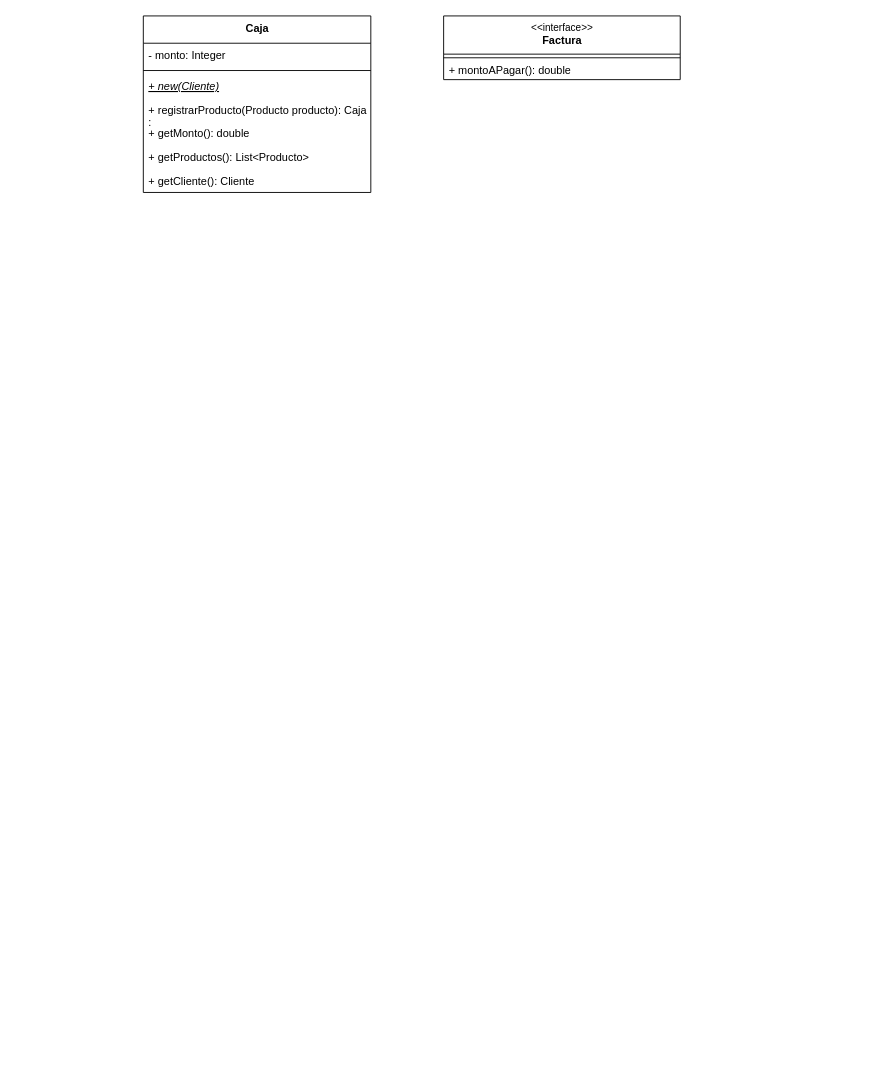
Before: documentacion/UML.drawio in dkippes/TP-Final-Objetos-2, a draw.io diagram. Source tidied: cells renumbered, new cells numbered last; positions are measured from the earlier drawing's top-left corner, leaving out a move shared by most shapes. Both pictures are drawn from the tidied source at 91%, with x=0, y=0 at pixel (143, 15).
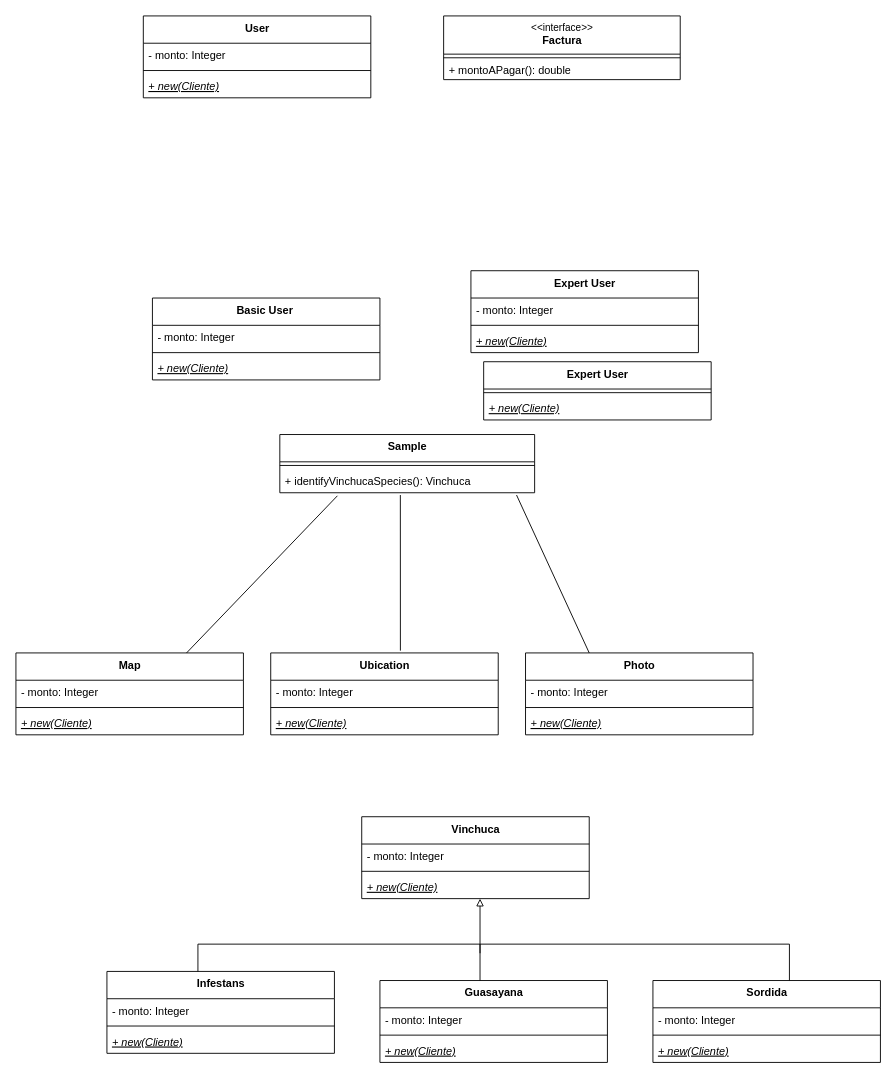
Above is the later version.

Diff of the diagram source:
```diff
@@
-    <mxCell id="2" value="&lt;span style=&quot;font-size: 12px ; font-weight: 700&quot;&gt;Caja&lt;/span&gt;" style="swimlane;fontStyle=0;align=center;verticalAlign=top;horizontal=1;startSize=30;html=1;labelBackgroundColor=none;labelBorderColor=none;fontSize=11;" parent="1" vertex="1">
-      <mxGeometry width="250" height="194" as="geometry" />
+    <mxCell id="2" value="&lt;span style=&quot;font-size: 12px ; font-weight: 700&quot;&gt;User&lt;/span&gt;" style="swimlane;fontStyle=0;align=center;verticalAlign=top;horizontal=1;startSize=30;html=1;labelBackgroundColor=none;labelBorderColor=none;fontSize=11;" parent="1" vertex="1">
+      <mxGeometry width="250" height="90" as="geometry" />
     </mxCell>
@@
-    <mxCell id="6" value="+ registrarProducto(Producto producto): Caja&#10;: " style="text;strokeColor=none;fillColor=none;align=left;verticalAlign=top;spacingLeft=4;spacingRight=4;overflow=hidden;" parent="2" vertex="1">
-      <mxGeometry y="90" width="250" height="26" as="geometry" />
-    </mxCell>
-    <mxCell id="7" value="+ getMonto(): double" style="text;strokeColor=none;fillColor=none;align=left;verticalAlign=top;spacingLeft=4;spacingRight=4;overflow=hidden;" parent="2" vertex="1">
-      <mxGeometry y="116" width="250" height="26" as="geometry" />
-    </mxCell>
-    <mxCell id="8" value="+ getProductos(): List&lt;Producto&gt;" style="text;strokeColor=none;fillColor=none;align=left;verticalAlign=top;spacingLeft=4;spacingRight=4;overflow=hidden;" parent="2" vertex="1">
-      <mxGeometry y="142" width="250" height="26" as="geometry" />
-    </mxCell>
-    <mxCell id="9" value="+ getCliente(): Cliente" style="text;strokeColor=none;fillColor=none;align=left;verticalAlign=top;spacingLeft=4;spacingRight=4;overflow=hidden;" parent="2" vertex="1">
-      <mxGeometry y="168" width="250" height="26" as="geometry" />
-    </mxCell>
@@
+    <mxCell id="13" value="&lt;span style=&quot;font-size: 12px ; font-weight: 700&quot;&gt;Sample&lt;/span&gt;" style="swimlane;fontStyle=0;align=center;verticalAlign=top;horizontal=1;startSize=30;html=1;labelBackgroundColor=none;labelBorderColor=none;fontSize=11;" parent="1" vertex="1">
+      <mxGeometry x="150" y="460" width="280" height="64" as="geometry" />
+    </mxCell>
+    <mxCell id="14" style="line;strokeWidth=1;fillColor=none;align=left;verticalAlign=middle;spacingTop=-1;spacingLeft=3;spacingRight=3;labelPosition=right;labelBackgroundColor=none;labelBorderColor=none;fontSize=11;html=1;" parent="13" vertex="1">
+      <mxGeometry y="30" width="280" height="8" as="geometry" />
+    </mxCell>
+    <mxCell id="15" value="+ identifyVinchucaSpecies(): Vinchuca" style="text;strokeColor=none;fillColor=none;align=left;verticalAlign=top;spacingLeft=4;spacingRight=4;overflow=hidden;points=[[0,0.5],[1,0.5]];portConstraint=eastwest;fontStyle=0;" parent="13" vertex="1">
+      <mxGeometry y="38" width="280" height="26" as="geometry" />
+    </mxCell>
+    <mxCell id="16" value="&lt;span style=&quot;font-size: 12px;&quot;&gt;&lt;b&gt;Basic User&amp;nbsp;&lt;/b&gt;&lt;/span&gt;" style="swimlane;fontStyle=0;align=center;verticalAlign=top;horizontal=1;startSize=30;html=1;labelBackgroundColor=none;labelBorderColor=none;fontSize=11;" parent="1" vertex="1">
+      <mxGeometry x="10" y="310" width="250" height="90" as="geometry" />
+    </mxCell>
+    <mxCell id="17" value="- monto: Integer" style="text;strokeColor=none;fillColor=none;align=left;verticalAlign=top;spacingLeft=4;spacingRight=4;overflow=hidden;" parent="16" vertex="1">
+      <mxGeometry y="30" width="250" height="26" as="geometry" />
+    </mxCell>
+    <mxCell id="18" style="line;strokeWidth=1;fillColor=none;align=left;verticalAlign=middle;spacingTop=-1;spacingLeft=3;spacingRight=3;labelPosition=right;labelBackgroundColor=none;labelBorderColor=none;fontSize=11;html=1;" parent="16" vertex="1">
+      <mxGeometry y="56" width="250" height="8" as="geometry" />
+    </mxCell>
+    <mxCell id="19" value="+ new(Cliente)" style="text;strokeColor=none;fillColor=none;align=left;verticalAlign=top;spacingLeft=4;spacingRight=4;overflow=hidden;fontStyle=6;" parent="16" vertex="1">
+      <mxGeometry y="64" width="250" height="26" as="geometry" />
+    </mxCell>
+    <mxCell id="20" value="&lt;span style=&quot;font-size: 12px;&quot;&gt;&lt;b&gt;Expert User&lt;/b&gt;&lt;/span&gt;" style="swimlane;fontStyle=0;align=center;verticalAlign=top;horizontal=1;startSize=30;html=1;labelBackgroundColor=none;labelBorderColor=none;fontSize=11;" parent="1" vertex="1">
+      <mxGeometry x="360" y="280" width="250" height="90" as="geometry" />
+    </mxCell>
+    <mxCell id="21" value="- monto: Integer" style="text;strokeColor=none;fillColor=none;align=left;verticalAlign=top;spacingLeft=4;spacingRight=4;overflow=hidden;" parent="20" vertex="1">
+      <mxGeometry y="30" width="250" height="26" as="geometry" />
+    </mxCell>
+    <mxCell id="22" style="line;strokeWidth=1;fillColor=none;align=left;verticalAlign=middle;spacingTop=-1;spacingLeft=3;spacingRight=3;labelPosition=right;labelBackgroundColor=none;labelBorderColor=none;fontSize=11;html=1;" parent="20" vertex="1">
+      <mxGeometry y="56" width="250" height="8" as="geometry" />
+    </mxCell>
+    <mxCell id="23" value="+ new(Cliente)" style="text;strokeColor=none;fillColor=none;align=left;verticalAlign=top;spacingLeft=4;spacingRight=4;overflow=hidden;fontStyle=6;" parent="20" vertex="1">
+      <mxGeometry y="64" width="250" height="26" as="geometry" />
+    </mxCell>
+    <mxCell id="24" value="&lt;span style=&quot;font-size: 12px;&quot;&gt;&lt;b&gt;Vinchuca&lt;/b&gt;&lt;/span&gt;" style="swimlane;fontStyle=0;align=center;verticalAlign=top;horizontal=1;startSize=30;html=1;labelBackgroundColor=none;labelBorderColor=none;fontSize=11;" parent="1" vertex="1">
+      <mxGeometry x="240" y="880" width="250" height="90" as="geometry" />
+    </mxCell>
+    <mxCell id="25" value="- monto: Integer" style="text;strokeColor=none;fillColor=none;align=left;verticalAlign=top;spacingLeft=4;spacingRight=4;overflow=hidden;" parent="24" vertex="1">
+      <mxGeometry y="30" width="250" height="26" as="geometry" />
+    </mxCell>
+    <mxCell id="26" style="line;strokeWidth=1;fillColor=none;align=left;verticalAlign=middle;spacingTop=-1;spacingLeft=3;spacingRight=3;labelPosition=right;labelBackgroundColor=none;labelBorderColor=none;fontSize=11;html=1;" parent="24" vertex="1">
+      <mxGeometry y="56" width="250" height="8" as="geometry" />
+    </mxCell>
+    <mxCell id="27" value="+ new(Cliente)" style="text;strokeColor=none;fillColor=none;align=left;verticalAlign=top;spacingLeft=4;spacingRight=4;overflow=hidden;points=[[0,0.5],[1,0.5]];portConstraint=eastwest;fontStyle=6;" parent="24" vertex="1">
+      <mxGeometry y="64" width="250" height="26" as="geometry" />
+    </mxCell>
+    <mxCell id="28" value="&lt;span style=&quot;font-size: 12px;&quot;&gt;&lt;b&gt;Sordida&lt;/b&gt;&lt;/span&gt;" style="swimlane;fontStyle=0;align=center;verticalAlign=top;horizontal=1;startSize=30;html=1;labelBackgroundColor=none;labelBorderColor=none;fontSize=11;" parent="1" vertex="1">
+      <mxGeometry x="560" y="1060" width="250" height="90" as="geometry" />
+    </mxCell>
+    <mxCell id="29" value="- monto: Integer" style="text;strokeColor=none;fillColor=none;align=left;verticalAlign=top;spacingLeft=4;spacingRight=4;overflow=hidden;" parent="28" vertex="1">
+      <mxGeometry y="30" width="250" height="26" as="geometry" />
+    </mxCell>
+    <mxCell id="30" style="line;strokeWidth=1;fillColor=none;align=left;verticalAlign=middle;spacingTop=-1;spacingLeft=3;spacingRight=3;labelPosition=right;labelBackgroundColor=none;labelBorderColor=none;fontSize=11;html=1;" parent="28" vertex="1">
+      <mxGeometry y="56" width="250" height="8" as="geometry" />
+    </mxCell>
+    <mxCell id="31" value="+ new(Cliente)" style="text;strokeColor=none;fillColor=none;align=left;verticalAlign=top;spacingLeft=4;spacingRight=4;overflow=hidden;fontStyle=6;" parent="28" vertex="1">
+      <mxGeometry y="64" width="250" height="26" as="geometry" />
+    </mxCell>
+    <mxCell id="32" value="&lt;span style=&quot;font-size: 12px;&quot;&gt;&lt;b&gt;Infestans&lt;/b&gt;&lt;/span&gt;" style="swimlane;fontStyle=0;align=center;verticalAlign=top;horizontal=1;startSize=30;html=1;labelBackgroundColor=none;labelBorderColor=none;fontSize=11;" parent="1" vertex="1">
+      <mxGeometry x="-40" y="1050" width="250" height="90" as="geometry" />
+    </mxCell>
+    <mxCell id="33" value="- monto: Integer" style="text;strokeColor=none;fillColor=none;align=left;verticalAlign=top;spacingLeft=4;spacingRight=4;overflow=hidden;" parent="32" vertex="1">
+      <mxGeometry y="30" width="250" height="26" as="geometry" />
+    </mxCell>
+    <mxCell id="34" style="line;strokeWidth=1;fillColor=none;align=left;verticalAlign=middle;spacingTop=-1;spacingLeft=3;spacingRight=3;labelPosition=right;labelBackgroundColor=none;labelBorderColor=none;fontSize=11;html=1;" parent="32" vertex="1">
+      <mxGeometry y="56" width="250" height="8" as="geometry" />
+    </mxCell>
+    <mxCell id="35" value="+ new(Cliente)" style="text;strokeColor=none;fillColor=none;align=left;verticalAlign=top;spacingLeft=4;spacingRight=4;overflow=hidden;fontStyle=6;" parent="32" vertex="1">
+      <mxGeometry y="64" width="250" height="26" as="geometry" />
+    </mxCell>
+    <mxCell id="36" value="&lt;span style=&quot;font-size: 12px;&quot;&gt;&lt;b&gt;Guasayana&lt;/b&gt;&lt;/span&gt;" style="swimlane;fontStyle=0;align=center;verticalAlign=top;horizontal=1;startSize=30;html=1;labelBackgroundColor=none;labelBorderColor=none;fontSize=11;" parent="1" vertex="1">
+      <mxGeometry x="260" y="1060" width="250" height="90" as="geometry" />
+    </mxCell>
+    <mxCell id="37" value="- monto: Integer" style="text;strokeColor=none;fillColor=none;align=left;verticalAlign=top;spacingLeft=4;spacingRight=4;overflow=hidden;" parent="36" vertex="1">
+      <mxGeometry y="30" width="250" height="26" as="geometry" />
+    </mxCell>
+    <mxCell id="38" style="line;strokeWidth=1;fillColor=none;align=left;verticalAlign=middle;spacingTop=-1;spacingLeft=3;spacingRight=3;labelPosition=right;labelBackgroundColor=none;labelBorderColor=none;fontSize=11;html=1;" parent="36" vertex="1">
+      <mxGeometry y="56" width="250" height="8" as="geometry" />
+    </mxCell>
+    <mxCell id="39" value="+ new(Cliente)" style="text;strokeColor=none;fillColor=none;align=left;verticalAlign=top;spacingLeft=4;spacingRight=4;overflow=hidden;fontStyle=6;" parent="36" vertex="1">
+      <mxGeometry y="64" width="250" height="26" as="geometry" />
+    </mxCell>
+    <mxCell id="40" value="&lt;span style=&quot;font-size: 12px;&quot;&gt;&lt;b&gt;Expert User&lt;/b&gt;&lt;/span&gt;" style="swimlane;fontStyle=0;align=center;verticalAlign=top;horizontal=1;startSize=30;html=1;labelBackgroundColor=none;labelBorderColor=none;fontSize=11;" parent="1" vertex="1">
+      <mxGeometry x="374" y="380" width="250" height="64" as="geometry" />
+    </mxCell>
+    <mxCell id="41" style="line;strokeWidth=1;fillColor=none;align=left;verticalAlign=middle;spacingTop=-1;spacingLeft=3;spacingRight=3;labelPosition=right;labelBackgroundColor=none;labelBorderColor=none;fontSize=11;html=1;" parent="40" vertex="1">
+      <mxGeometry y="30" width="250" height="8" as="geometry" />
+    </mxCell>
+    <mxCell id="42" value="+ new(Cliente)" style="text;strokeColor=none;fillColor=none;align=left;verticalAlign=top;spacingLeft=4;spacingRight=4;overflow=hidden;fontStyle=6;" parent="40" vertex="1">
+      <mxGeometry y="38" width="250" height="26" as="geometry" />
+    </mxCell>
+    <mxCell id="43" style="endArrow=none;html=1;rounded=0;" parent="1" edge="1">
+      <mxGeometry relative="1" as="geometry">
+        <mxPoint x="60" y="1020" as="sourcePoint" />
+        <mxPoint x="710" y="1020" as="targetPoint" />
+      </mxGeometry>
+    </mxCell>
+    <mxCell id="44" style="endArrow=none;html=1;rounded=0;endFill=0;" parent="1" edge="1">
+      <mxGeometry relative="1" as="geometry">
+        <mxPoint x="370" y="1020" as="sourcePoint" />
+        <mxPoint x="370" y="1060" as="targetPoint" />
+      </mxGeometry>
+    </mxCell>
+    <mxCell id="45" style="endArrow=block;html=1;rounded=0;entryX=0.52;entryY=1;entryDx=0;entryDy=0;entryPerimeter=0;endFill=0;" parent="1" edge="1" target="27">
+      <mxGeometry relative="1" as="geometry">
+        <mxPoint x="370" y="1030" as="sourcePoint" />
+      </mxGeometry>
+    </mxCell>
+    <mxCell id="46" style="endArrow=none;html=1;rounded=0;endFill=0;" parent="1" edge="1">
+      <mxGeometry relative="1" as="geometry">
+        <mxPoint x="60" y="1020" as="sourcePoint" />
+        <mxPoint x="60" y="1050" as="targetPoint" />
+      </mxGeometry>
+    </mxCell>
+    <mxCell id="47" style="endArrow=none;html=1;rounded=0;endFill=0;" parent="1" edge="1">
+      <mxGeometry relative="1" as="geometry">
+        <mxPoint x="710" y="1020" as="sourcePoint" />
+        <mxPoint x="710" y="1060" as="targetPoint" />
+      </mxGeometry>
+    </mxCell>
+    <mxCell id="48" value="&lt;span style=&quot;font-size: 12px;&quot;&gt;&lt;b&gt;Photo&lt;/b&gt;&lt;/span&gt;" style="swimlane;fontStyle=0;align=center;verticalAlign=top;horizontal=1;startSize=30;html=1;labelBackgroundColor=none;labelBorderColor=none;fontSize=11;" parent="1" vertex="1">
+      <mxGeometry x="420" y="700" width="250" height="90" as="geometry" />
+    </mxCell>
+    <mxCell id="49" value="- monto: Integer" style="text;strokeColor=none;fillColor=none;align=left;verticalAlign=top;spacingLeft=4;spacingRight=4;overflow=hidden;" parent="48" vertex="1">
+      <mxGeometry y="30" width="250" height="26" as="geometry" />
+    </mxCell>
+    <mxCell id="50" style="line;strokeWidth=1;fillColor=none;align=left;verticalAlign=middle;spacingTop=-1;spacingLeft=3;spacingRight=3;labelPosition=right;labelBackgroundColor=none;labelBorderColor=none;fontSize=11;html=1;" parent="48" vertex="1">
+      <mxGeometry y="56" width="250" height="8" as="geometry" />
+    </mxCell>
+    <mxCell id="51" value="+ new(Cliente)" style="text;strokeColor=none;fillColor=none;align=left;verticalAlign=top;spacingLeft=4;spacingRight=4;overflow=hidden;fontStyle=6;" parent="48" vertex="1">
+      <mxGeometry y="64" width="250" height="26" as="geometry" />
+    </mxCell>
+    <mxCell id="52" value="&lt;span style=&quot;font-size: 12px;&quot;&gt;&lt;b&gt;Map&lt;/b&gt;&lt;/span&gt;" style="swimlane;fontStyle=0;align=center;verticalAlign=top;horizontal=1;startSize=30;html=1;labelBackgroundColor=none;labelBorderColor=none;fontSize=11;" parent="1" vertex="1">
+      <mxGeometry x="-140" y="700" width="250" height="90" as="geometry" />
+    </mxCell>
+    <mxCell id="53" value="- monto: Integer" style="text;strokeColor=none;fillColor=none;align=left;verticalAlign=top;spacingLeft=4;spacingRight=4;overflow=hidden;" parent="52" vertex="1">
+      <mxGeometry y="30" width="250" height="26" as="geometry" />
+    </mxCell>
+    <mxCell id="54" style="line;strokeWidth=1;fillColor=none;align=left;verticalAlign=middle;spacingTop=-1;spacingLeft=3;spacingRight=3;labelPosition=right;labelBackgroundColor=none;labelBorderColor=none;fontSize=11;html=1;" parent="52" vertex="1">
+      <mxGeometry y="56" width="250" height="8" as="geometry" />
+    </mxCell>
+    <mxCell id="55" value="+ new(Cliente)" style="text;strokeColor=none;fillColor=none;align=left;verticalAlign=top;spacingLeft=4;spacingRight=4;overflow=hidden;fontStyle=6;" parent="52" vertex="1">
+      <mxGeometry y="64" width="250" height="26" as="geometry" />
+    </mxCell>
+    <mxCell id="56" value="&lt;span style=&quot;font-size: 12px;&quot;&gt;&lt;b&gt;Ubication&lt;/b&gt;&lt;/span&gt;" style="swimlane;fontStyle=0;align=center;verticalAlign=top;horizontal=1;startSize=30;html=1;labelBackgroundColor=none;labelBorderColor=none;fontSize=11;" parent="1" vertex="1">
+      <mxGeometry x="140" y="700" width="250" height="90" as="geometry" />
+    </mxCell>
+    <mxCell id="57" value="- monto: Integer" style="text;strokeColor=none;fillColor=none;align=left;verticalAlign=top;spacingLeft=4;spacingRight=4;overflow=hidden;" parent="56" vertex="1">
+      <mxGeometry y="30" width="250" height="26" as="geometry" />
+    </mxCell>
+    <mxCell id="58" style="line;strokeWidth=1;fillColor=none;align=left;verticalAlign=middle;spacingTop=-1;spacingLeft=3;spacingRight=3;labelPosition=right;labelBackgroundColor=none;labelBorderColor=none;fontSize=11;html=1;" parent="56" vertex="1">
+      <mxGeometry y="56" width="250" height="8" as="geometry" />
+    </mxCell>
+    <mxCell id="59" value="+ new(Cliente)" style="text;strokeColor=none;fillColor=none;align=left;verticalAlign=top;spacingLeft=4;spacingRight=4;overflow=hidden;fontStyle=6;" parent="56" vertex="1">
+      <mxGeometry y="64" width="250" height="26" as="geometry" />
+    </mxCell>
+    <mxCell id="60" style="endArrow=none;html=1;rounded=0;entryX=0.473;entryY=1.096;entryDx=0;entryDy=0;entryPerimeter=0;exitX=0.57;exitY=-0.028;exitDx=0;exitDy=0;exitPerimeter=0;" parent="1" edge="1" source="56" target="15">
+      <mxGeometry relative="1" as="geometry" />
+    </mxCell>
+    <mxCell id="61" style="endArrow=none;html=1;rounded=0;entryX=0.226;entryY=1.128;entryDx=0;entryDy=0;entryPerimeter=0;exitX=0.75;exitY=0;exitDx=0;exitDy=0;" parent="1" edge="1" source="52" target="15">
+      <mxGeometry relative="1" as="geometry" />
+    </mxCell>
+    <mxCell id="62" style="endArrow=none;html=1;rounded=0;entryX=0.929;entryY=1.096;entryDx=0;entryDy=0;entryPerimeter=0;" parent="1" edge="1" target="15">
+      <mxGeometry relative="1" as="geometry">
+        <mxPoint x="490" y="700" as="sourcePoint" />
+      </mxGeometry>
+    </mxCell>
```
